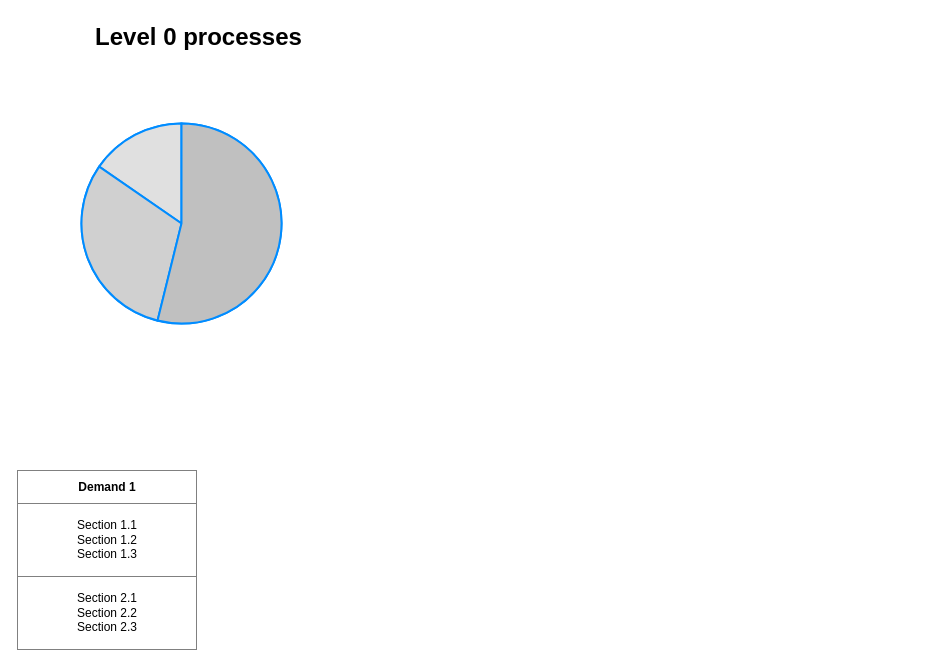
The draw.io diagram BoschWorkS.drawio in algimas/tmp, before the edit. Source tidied: cells renumbered, new cells numbered last; positions are measured from the earlier drawing's top-left corner, leaving out a move shared by most shapes. Both pictures are drawn from the tidied source at 100%, with x=0, y=0 at pixel (17, 17).
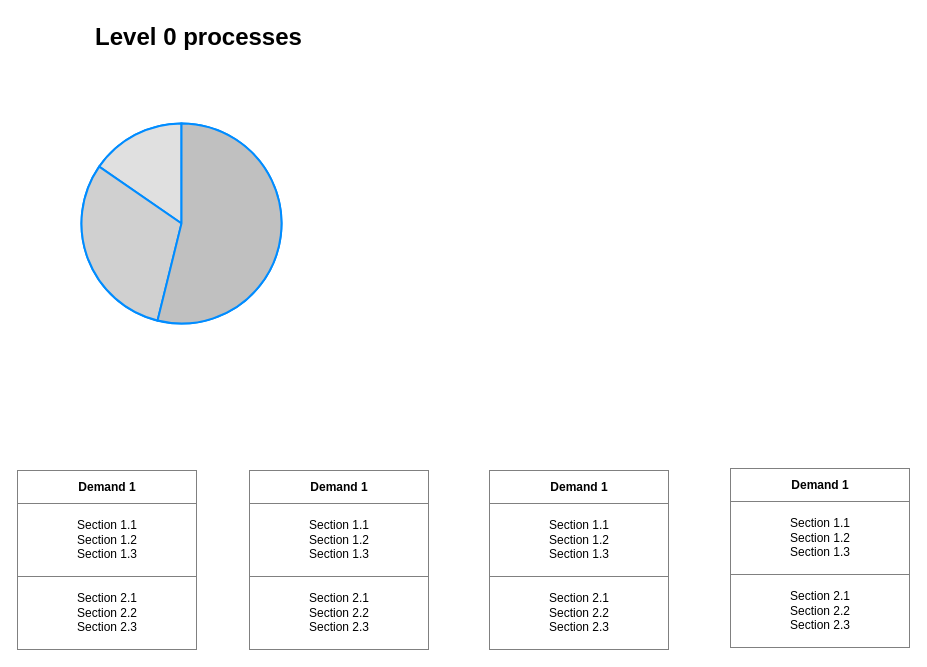
The same diagram, later.

Change to the diagram source:
```diff
@@
 <mxGraphModel>
   <root>
     <mxCell id="0" />
     <mxCell id="1" parent="0" />
     <mxCell id="2" style="verticalLabelPosition=bottom;shadow=0;dashed=0;align=center;html=1;verticalAlign=top;strokeWidth=1;shape=mxgraph.mockup.graphics.pieChart;strokeColor=#008cff;parts=10,20,35;partColors=#e0e0e0,#d0d0d0,#c0c0c0,#b0b0b0,#a0a0a0;strokeWidth=2;" parent="1" vertex="1">
       <mxGeometry x="64" y="106" width="200" height="200" as="geometry" />
     </mxCell>
     <mxCell id="3" value="Level 0 processes" style="text;strokeColor=none;fillColor=none;html=1;fontSize=24;fontStyle=1;verticalAlign=middle;align=center;" parent="1" vertex="1">
       <mxGeometry x="7" width="347" height="40" as="geometry" />
     </mxCell>
     <mxCell id="4" value="&lt;table border=&quot;1&quot; width=&quot;100%&quot; height=&quot;100%&quot; cellpadding=&quot;4&quot; style=&quot;width:100%;height:100%;border-collapse:collapse;&quot;&gt;&lt;tbody&gt;&lt;tr&gt;&lt;th align=&quot;center&quot;&gt;&lt;b&gt;Demand 1&lt;/b&gt;&lt;/th&gt;&lt;/tr&gt;&lt;tr&gt;&lt;td align=&quot;center&quot;&gt;Section 1.1&lt;br&gt;Section 1.2&lt;br&gt;Section 1.3&lt;/td&gt;&lt;/tr&gt;&lt;tr&gt;&lt;td align=&quot;center&quot;&gt;Section 2.1&lt;br&gt;Section 2.2&lt;br&gt;Section 2.3&lt;/td&gt;&lt;/tr&gt;&lt;/tbody&gt;&lt;/table&gt;" style="text;html=1;whiteSpace=wrap;strokeColor=none;fillColor=none;overflow=fill;" parent="1" vertex="1">
       <mxGeometry y="453" width="180" height="180" as="geometry" />
     </mxCell>
+    <mxCell id="5" value="&lt;table border=&quot;1&quot; width=&quot;100%&quot; height=&quot;100%&quot; cellpadding=&quot;4&quot; style=&quot;width:100%;height:100%;border-collapse:collapse;&quot;&gt;&lt;tbody&gt;&lt;tr&gt;&lt;th align=&quot;center&quot;&gt;&lt;b&gt;Demand 1&lt;/b&gt;&lt;/th&gt;&lt;/tr&gt;&lt;tr&gt;&lt;td align=&quot;center&quot;&gt;Section 1.1&lt;br&gt;Section 1.2&lt;br&gt;Section 1.3&lt;/td&gt;&lt;/tr&gt;&lt;tr&gt;&lt;td align=&quot;center&quot;&gt;Section 2.1&lt;br&gt;Section 2.2&lt;br&gt;Section 2.3&lt;/td&gt;&lt;/tr&gt;&lt;/tbody&gt;&lt;/table&gt;" style="text;html=1;whiteSpace=wrap;strokeColor=none;fillColor=none;overflow=fill;" parent="1" vertex="1">
+      <mxGeometry x="232" y="453" width="180" height="180" as="geometry" />
+    </mxCell>
+    <mxCell id="6" value="&lt;table border=&quot;1&quot; width=&quot;100%&quot; height=&quot;100%&quot; cellpadding=&quot;4&quot; style=&quot;width:100%;height:100%;border-collapse:collapse;&quot;&gt;&lt;tbody&gt;&lt;tr&gt;&lt;th align=&quot;center&quot;&gt;&lt;b&gt;Demand 1&lt;/b&gt;&lt;/th&gt;&lt;/tr&gt;&lt;tr&gt;&lt;td align=&quot;center&quot;&gt;Section 1.1&lt;br&gt;Section 1.2&lt;br&gt;Section 1.3&lt;/td&gt;&lt;/tr&gt;&lt;tr&gt;&lt;td align=&quot;center&quot;&gt;Section 2.1&lt;br&gt;Section 2.2&lt;br&gt;Section 2.3&lt;/td&gt;&lt;/tr&gt;&lt;/tbody&gt;&lt;/table&gt;" style="text;html=1;whiteSpace=wrap;strokeColor=none;fillColor=none;overflow=fill;" parent="1" vertex="1">
+      <mxGeometry x="472" y="453" width="180" height="180" as="geometry" />
+    </mxCell>
+    <mxCell id="7" value="&lt;table border=&quot;1&quot; width=&quot;100%&quot; height=&quot;100%&quot; cellpadding=&quot;4&quot; style=&quot;width:100%;height:100%;border-collapse:collapse;&quot;&gt;&lt;tbody&gt;&lt;tr&gt;&lt;th align=&quot;center&quot;&gt;&lt;b&gt;Demand 1&lt;/b&gt;&lt;/th&gt;&lt;/tr&gt;&lt;tr&gt;&lt;td align=&quot;center&quot;&gt;Section 1.1&lt;br&gt;Section 1.2&lt;br&gt;Section 1.3&lt;/td&gt;&lt;/tr&gt;&lt;tr&gt;&lt;td align=&quot;center&quot;&gt;Section 2.1&lt;br&gt;Section 2.2&lt;br&gt;Section 2.3&lt;/td&gt;&lt;/tr&gt;&lt;/tbody&gt;&lt;/table&gt;" style="text;html=1;whiteSpace=wrap;strokeColor=none;fillColor=none;overflow=fill;" parent="1" vertex="1">
+      <mxGeometry x="713" y="451" width="180" height="180" as="geometry" />
+    </mxCell>
   </root>
 </mxGraphModel>
```
